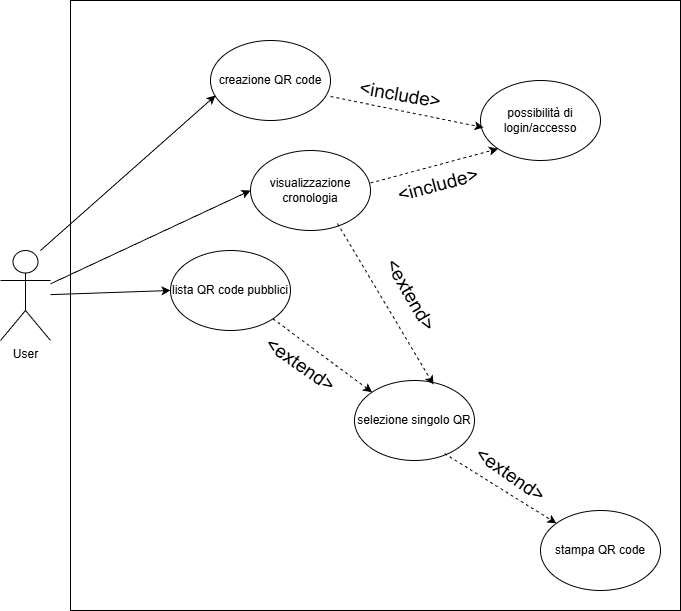
The draw.io diagram 7_Allegati/Use_Case.png in bianchi-riley/QR_Code_generator, before a commit. Source tidied: cells renumbered, new cells last; positions are measured from the earlier drawing's top-left corner, leaving out a move shared by most shapes.
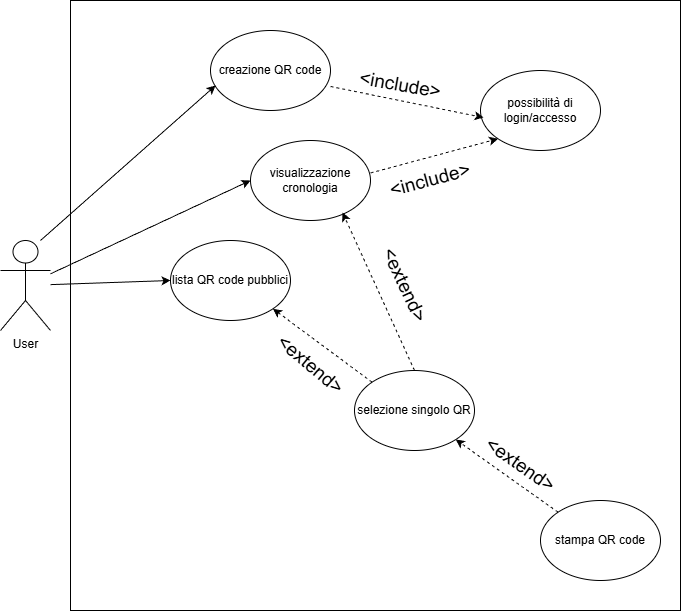
The same diagram one commit later.

Diff of the diagram source:
```diff
@@ -2,9 +2,9 @@
   <root>
     <mxCell id="0" />
     <mxCell id="1" parent="0" />
-    <mxCell id="2" style="whiteSpace=wrap;html=1;" parent="1" vertex="1">
-      <mxGeometry x="70" width="610" height="610" as="geometry" />
-    </mxCell>
+    <mxCell id="23" style="whiteSpace=wrap;html=1;" parent="1" vertex="1">
+      <mxGeometry x="70" y="10" width="610" height="610" as="geometry" />
+    </mxCell>
     <mxCell id="3" value="User" style="shape=umlActor;verticalLabelPosition=bottom;verticalAlign=top;html=1;outlineConnect=0;" parent="1" vertex="1">
       <mxGeometry y="250" width="50" height="90" as="geometry" />
     </mxCell>
@@ -29,32 +29,29 @@
     <mxCell id="10" value="visualizzazione cronologia" style="ellipse;whiteSpace=wrap;html=1;" parent="1" vertex="1">
       <mxGeometry x="250" y="150" width="120" height="80" as="geometry" />
     </mxCell>
-    <mxCell id="11" style="html=1;labelBackgroundColor=#ffffff;startArrow=none;startFill=0;startSize=6;endArrow=classic;endFill=1;endSize=6;jettySize=auto;strokeWidth=1;dashed=1;fontSize=14;rounded=0;exitX=1;exitY=1;exitDx=0;exitDy=0;entryX=0;entryY=0;entryDx=0;entryDy=0;" parent="1" edge="1" source="4" target="6">
-      <mxGeometry relative="1" as="geometry" />
-    </mxCell>
-    <mxCell id="12" value="&lt;font style=&quot;font-size: 19px;&quot;&gt;&amp;lt;extend&amp;gt;&lt;/font&gt;" style="text;html=1;align=center;verticalAlign=middle;whiteSpace=wrap;rounded=0;rotation=35;" parent="1" vertex="1">
-      <mxGeometry x="250" y="350" width="100" height="30" as="geometry" />
-    </mxCell>
-    <mxCell id="13" style="html=1;labelBackgroundColor=#ffffff;startArrow=none;startFill=0;startSize=6;endArrow=classic;endFill=1;endSize=6;jettySize=auto;strokeWidth=1;dashed=1;fontSize=14;rounded=0;entryX=0.658;entryY=0.05;entryDx=0;entryDy=0;entryPerimeter=0;exitX=0.725;exitY=0.913;exitDx=0;exitDy=0;exitPerimeter=0;" parent="1" edge="1" source="10" target="6">
-      <mxGeometry relative="1" as="geometry" />
-    </mxCell>
-    <mxCell id="14" value="&lt;font style=&quot;font-size: 19px;&quot;&gt;&amp;lt;extend&amp;gt;&lt;/font&gt;" style="text;html=1;align=center;verticalAlign=middle;whiteSpace=wrap;rounded=0;rotation=60;" parent="1" vertex="1">
-      <mxGeometry x="360" y="280" width="100" height="30" as="geometry" />
-    </mxCell>
+    <mxCell id="24" style="html=1;labelBackgroundColor=#ffffff;startArrow=none;startFill=0;startSize=6;endArrow=classic;endFill=1;endSize=6;jettySize=auto;strokeWidth=1;dashed=1;fontSize=14;rounded=0;exitX=0;exitY=0;exitDx=0;exitDy=0;entryX=1;entryY=1;entryDx=0;entryDy=0;" parent="1" edge="1" source="6" target="4">
+      <mxGeometry relative="1" as="geometry" />
+    </mxCell>
+    <mxCell id="25" value="&lt;font style=&quot;font-size: 19px;&quot;&gt;&amp;lt;extend&amp;gt;&lt;/font&gt;" style="text;html=1;align=center;verticalAlign=middle;whiteSpace=wrap;rounded=0;rotation=40;" parent="1" vertex="1">
+      <mxGeometry x="260" y="360" width="100" height="30" as="geometry" />
+    </mxCell>
+    <mxCell id="26" style="html=1;labelBackgroundColor=#ffffff;startArrow=none;startFill=0;startSize=6;endArrow=classic;endFill=1;endSize=6;jettySize=auto;strokeWidth=1;dashed=1;fontSize=14;rounded=0;entryX=0.767;entryY=0.9;entryDx=0;entryDy=0;entryPerimeter=0;exitX=0.5;exitY=0;exitDx=0;exitDy=0;" parent="1" edge="1" source="6" target="10">
+      <mxGeometry relative="1" as="geometry" />
+    </mxCell>
+    <mxCell id="27" value="&lt;font style=&quot;font-size: 19px;&quot;&gt;&amp;lt;extend&amp;gt;&lt;/font&gt;" style="text;html=1;align=center;verticalAlign=middle;whiteSpace=wrap;rounded=0;rotation=65;" parent="1" vertex="1">
+      <mxGeometry x="354" y="280" width="100" height="30" as="geometry" />
+    </mxCell>
     <mxCell id="15" value="stampa QR code" style="ellipse;whiteSpace=wrap;html=1;" parent="1" vertex="1">
       <mxGeometry x="540" y="510" width="120" height="80" as="geometry" />
     </mxCell>
-    <mxCell id="16" style="html=1;labelBackgroundColor=#ffffff;startArrow=none;startFill=0;startSize=6;endArrow=classic;endFill=1;endSize=6;jettySize=auto;strokeWidth=1;dashed=1;fontSize=14;rounded=0;exitX=0.75;exitY=0.913;exitDx=0;exitDy=0;exitPerimeter=0;" parent="1" edge="1" source="6" target="15">
-      <mxGeometry relative="1" as="geometry" />
-    </mxCell>
-    <mxCell id="17" value="&lt;font style=&quot;font-size: 19px;&quot;&gt;&amp;lt;extend&amp;gt;&lt;/font&gt;" style="text;html=1;align=center;verticalAlign=middle;whiteSpace=wrap;rounded=0;rotation=35;" parent="1" vertex="1">
-      <mxGeometry x="460" y="460" width="100" height="30" as="geometry" />
-    </mxCell>
-    <mxCell id="18" style="endArrow=classic;html=1;rounded=0;entryX=0.042;entryY=0.688;entryDx=0;entryDy=0;entryPerimeter=0;" parent="1" edge="1" target="8">
-      <mxGeometry relative="1" as="geometry">
-        <mxPoint x="40" y="250" as="sourcePoint" />
-      </mxGeometry>
-    </mxCell>
+    <mxCell id="28" value="&lt;font style=&quot;font-size: 19px;&quot;&gt;&amp;lt;extend&amp;gt;&lt;/font&gt;" style="text;html=1;align=center;verticalAlign=middle;whiteSpace=wrap;rounded=0;rotation=35;" parent="1" vertex="1">
+      <mxGeometry x="470" y="460" width="100" height="30" as="geometry" />
+    </mxCell>
+    <mxCell id="29" style="endArrow=classic;html=1;rounded=0;entryX=0.042;entryY=0.688;entryDx=0;entryDy=0;entryPerimeter=0;" parent="1" edge="1" target="8">
+      <mxGeometry relative="1" as="geometry">
+        <mxPoint x="40" y="250" as="sourcePoint" />
+      </mxGeometry>
+    </mxCell>
     <mxCell id="19" style="endArrow=classic;html=1;rounded=0;entryX=0;entryY=0.5;entryDx=0;entryDy=0;" parent="1" edge="1" source="3" target="10">
       <mxGeometry relative="1" as="geometry" />
     </mxCell>
@@ -62,12 +59,15 @@
       <mxGeometry relative="1" as="geometry" />
     </mxCell>
     <mxCell id="21" value="&lt;font style=&quot;font-size: 19px;&quot;&gt;&amp;lt;include&amp;gt;&lt;/font&gt;" style="text;html=1;align=center;verticalAlign=middle;whiteSpace=wrap;rounded=0;rotation=-15;" parent="1" vertex="1">
-      <mxGeometry x="388" y="170" width="100" height="30" as="geometry" />
+      <mxGeometry x="380" y="175" width="100" height="30" as="geometry" />
     </mxCell>
-    <mxCell id="22" style="html=1;labelBackgroundColor=#ffffff;startArrow=none;startFill=0;startSize=6;endArrow=classic;endFill=1;endSize=6;jettySize=auto;strokeWidth=1;dashed=1;fontSize=14;rounded=0;exitX=1;exitY=0.7;exitDx=0;exitDy=0;exitPerimeter=0;entryX=0;entryY=1;entryDx=0;entryDy=0;" parent="1" edge="1" target="7">
-      <mxGeometry relative="1" as="geometry">
-        <mxPoint x="370" y="182.5" as="sourcePoint" />
-      </mxGeometry>
-    </mxCell>
+    <mxCell id="30" style="html=1;labelBackgroundColor=#ffffff;startArrow=none;startFill=0;startSize=6;endArrow=classic;endFill=1;endSize=6;jettySize=auto;strokeWidth=1;dashed=1;fontSize=14;rounded=0;exitX=1;exitY=0.7;exitDx=0;exitDy=0;exitPerimeter=0;entryX=0;entryY=1;entryDx=0;entryDy=0;" parent="1" edge="1" target="7">
+      <mxGeometry relative="1" as="geometry">
+        <mxPoint x="370" y="182.5" as="sourcePoint" />
+      </mxGeometry>
+    </mxCell>
+    <mxCell id="31" style="html=1;labelBackgroundColor=#ffffff;startArrow=none;startFill=0;startSize=6;endArrow=classic;endFill=1;endSize=6;jettySize=auto;strokeWidth=1;dashed=1;fontSize=14;rounded=0;exitX=0;exitY=0;exitDx=0;exitDy=0;" parent="1" edge="1" source="15" target="6">
+      <mxGeometry relative="1" as="geometry" />
+    </mxCell>
   </root>
 </mxGraphModel>
```
